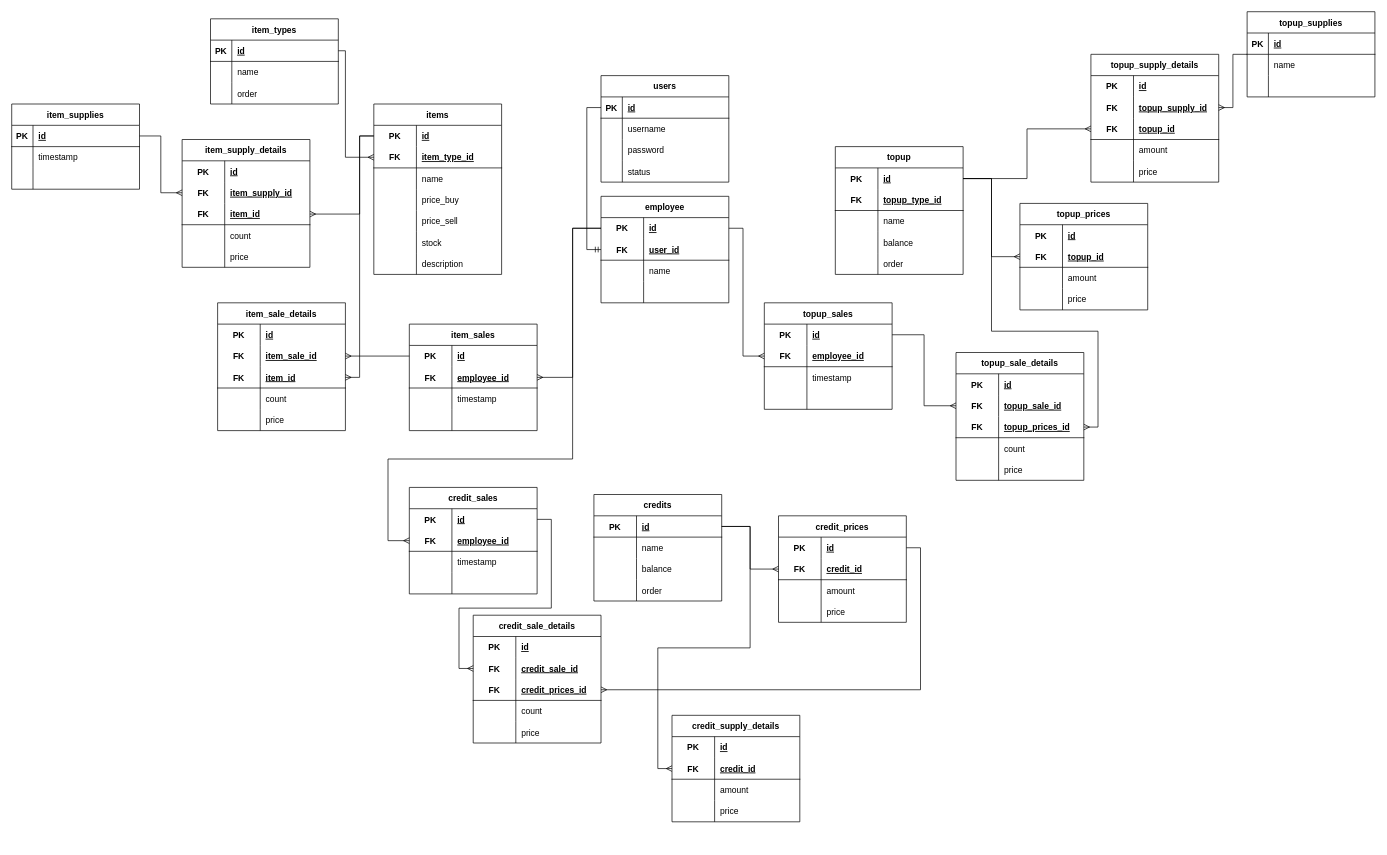
Earlier version of the draw.io diagram database/Database Schema.drawio (yafizh/cell-phone-api). Source tidied: cells renumbered, new cells numbered last; positions are measured from the earlier drawing's top-left corner, leaving out a move shared by most shapes. Both pictures are drawn from the tidied source at 71%, with x=0, y=0 at pixel (11, 11).
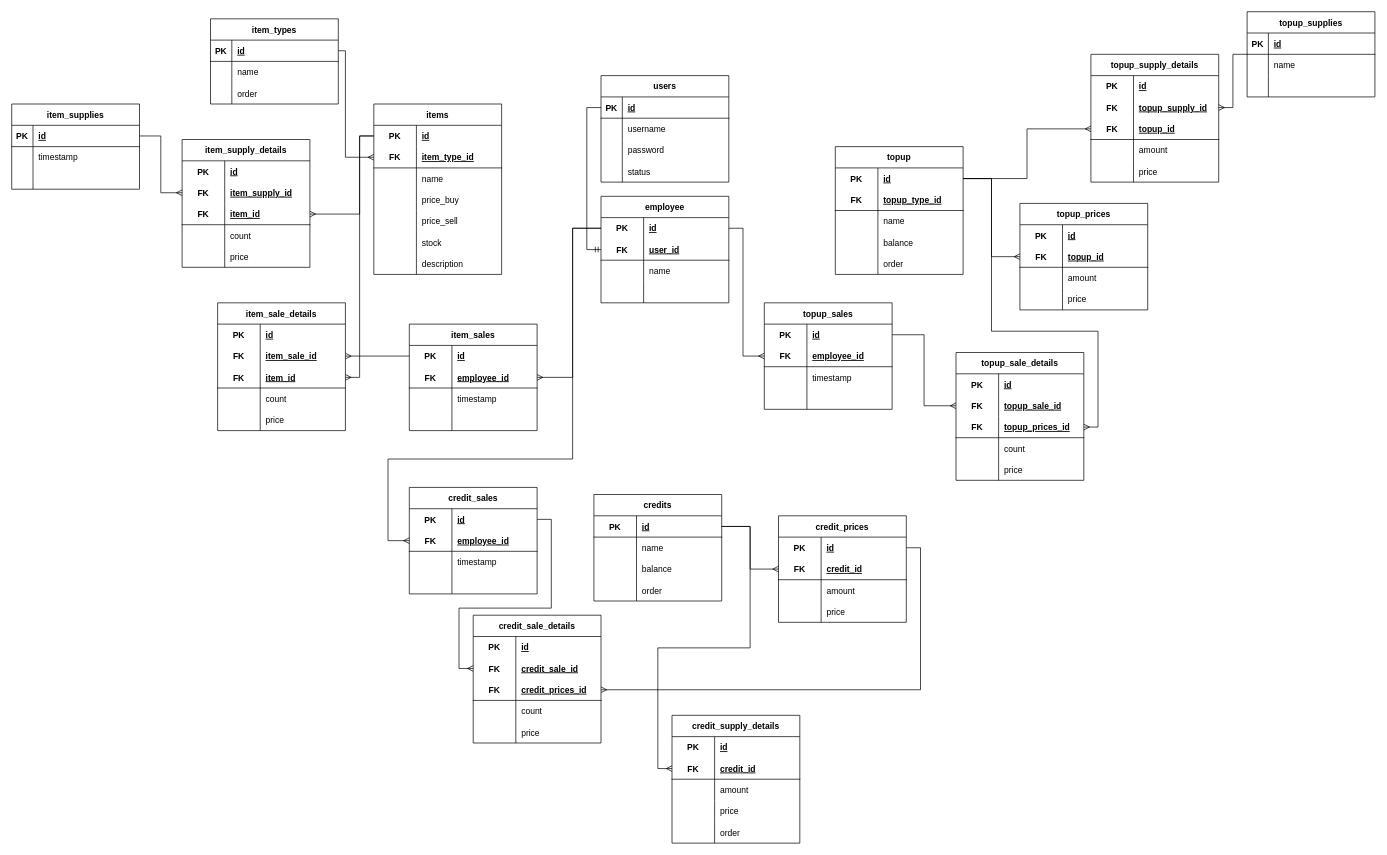
The same diagram, later.

Diff of the diagram source:
```diff
@@
     <mxCell id="271" value="credit_supply_details" style="shape=table;startSize=30;childLayout=tableLayout;rowLines=0;fontStyle=1;align=center;" parent="1" vertex="1">
-      <mxGeometry x="930" y="991" width="180" height="150" as="geometry" />
+      <mxGeometry x="930" y="991" width="180" height="180" as="geometry" />
     </mxCell>
@@
+    <mxCell id="285" style="shape=tableRow;horizontal=0;startSize=0;swimlaneHead=0;swimlaneBody=0;fillColor=none;top=0;left=0;right=0;bottom=0;" parent="271" vertex="1">
+      <mxGeometry y="150" width="180" height="30" as="geometry" />
+    </mxCell>
+    <mxCell id="286" style="shape=partialRectangle;fillColor=none;top=0;left=0;bottom=0;right=0;overflow=hidden;" parent="285" vertex="1">
+      <mxGeometry width="60" height="30" as="geometry" />
+    </mxCell>
+    <mxCell id="287" value="order" style="shape=partialRectangle;fillColor=none;top=0;left=0;bottom=0;right=0;align=left;spacingLeft=6;overflow=hidden;" parent="285" vertex="1">
+      <mxGeometry x="60" width="120" height="30" as="geometry" />
+    </mxCell>
```
